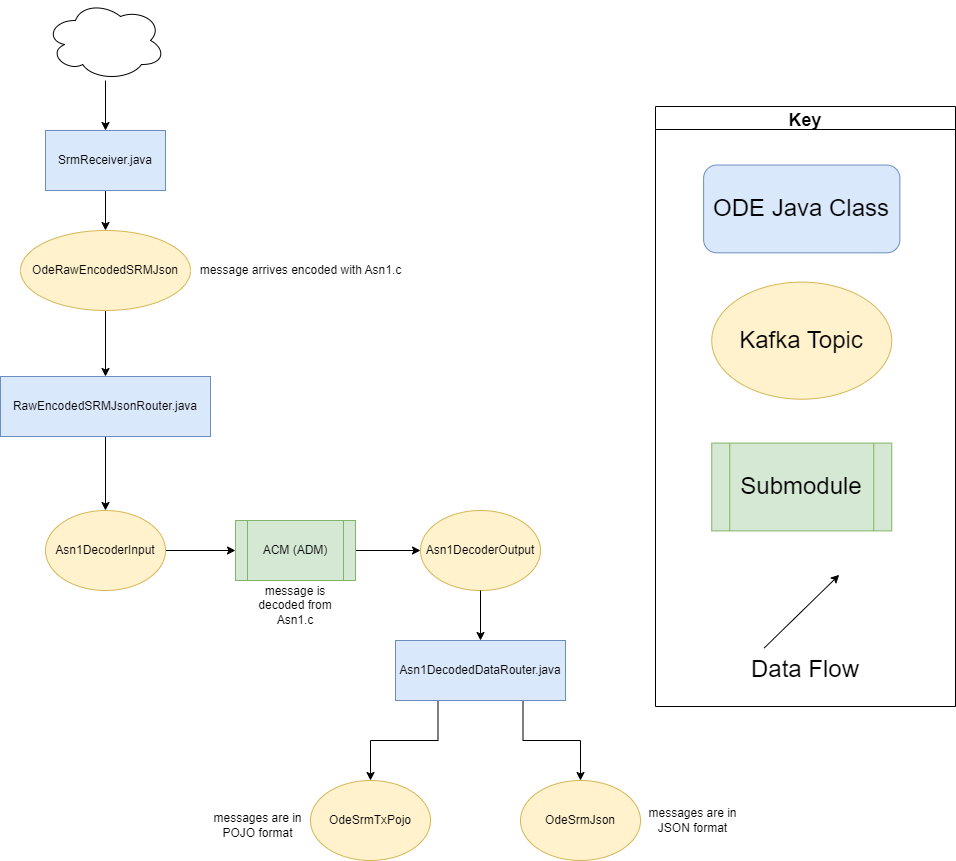
Earlier version of the draw.io export docs/data-flow-diagrams/srm/SRM Data Flow.drawio.png (CDOT-CV/jpo-ode). Source tidied: cells renumbered, new cells last; positions are measured from the earlier drawing's top-left corner, leaving out a move shared by most shapes. Its diagram source:
```xml
<mxGraphModel>
  <root>
    <mxCell id="0" />
    <mxCell id="1" parent="0" />
    <mxCell id="2" style="edgeStyle=orthogonalEdgeStyle;rounded=0;jettySize=auto;html=1;exitX=0.25;exitY=1;exitDx=0;exitDy=0;" parent="1" edge="1" source="4" target="26">
      <mxGeometry relative="1" as="geometry" />
    </mxCell>
    <mxCell id="3" style="edgeStyle=orthogonalEdgeStyle;rounded=0;jettySize=auto;html=1;exitX=0.75;exitY=1;exitDx=0;exitDy=0;" parent="1" edge="1" source="4" target="27">
      <mxGeometry relative="1" as="geometry" />
    </mxCell>
    <mxCell id="4" value="Asn1DecodedDataRouter.java" style="rounded=0;whiteSpace=wrap;html=1;fillColor=#dae8fc;strokeColor=#6c8ebf;" parent="1" vertex="1">
      <mxGeometry x="395" y="640" width="170" height="60" as="geometry" />
    </mxCell>
    <mxCell id="5" style="edgeStyle=orthogonalEdgeStyle;rounded=0;jettySize=auto;html=1;entryX=0;entryY=0.5;entryDx=0;entryDy=0;" parent="1" edge="1" source="6" target="10">
      <mxGeometry relative="1" as="geometry" />
    </mxCell>
    <mxCell id="6" value="ACM (ADM)" style="shape=process;whiteSpace=wrap;html=1;backgroundOutline=1;fillColor=#d5e8d4;strokeColor=#82b366;" parent="1" vertex="1">
      <mxGeometry x="235" y="520" width="120" height="60" as="geometry" />
    </mxCell>
    <mxCell id="7" style="edgeStyle=orthogonalEdgeStyle;rounded=0;jettySize=auto;html=1;exitX=0.5;exitY=1;exitDx=0;exitDy=0;" parent="1" edge="1" source="13" target="15">
      <mxGeometry relative="1" as="geometry" />
    </mxCell>
    <mxCell id="8" style="edgeStyle=orthogonalEdgeStyle;rounded=0;jettySize=auto;html=1;entryX=0;entryY=0.5;entryDx=0;entryDy=0;" parent="1" edge="1" source="9" target="6">
      <mxGeometry relative="1" as="geometry" />
    </mxCell>
    <mxCell id="9" value="Asn1DecoderInput" style="ellipse;whiteSpace=wrap;html=1;fillColor=#fff2cc;strokeColor=#d6b656;" parent="1" vertex="1">
      <mxGeometry x="45" y="510" width="120" height="80" as="geometry" />
    </mxCell>
    <mxCell id="10" value="Asn1DecoderOutput" style="ellipse;whiteSpace=wrap;html=1;fillColor=#fff2cc;strokeColor=#d6b656;" parent="1" vertex="1">
      <mxGeometry x="420" y="510" width="120" height="80" as="geometry" />
    </mxCell>
    <mxCell id="11" style="edgeStyle=orthogonalEdgeStyle;rounded=0;jettySize=auto;html=1;entryX=0.5;entryY=0;entryDx=0;entryDy=0;" parent="1" edge="1" source="12" target="13">
      <mxGeometry relative="1" as="geometry" />
    </mxCell>
    <mxCell id="12" value="SrmReceiver.java" style="rounded=0;whiteSpace=wrap;html=1;fillColor=#dae8fc;strokeColor=#6c8ebf;" parent="1" vertex="1">
      <mxGeometry x="45" y="130" width="120" height="60" as="geometry" />
    </mxCell>
    <mxCell id="13" value="OdeRawEncodedSRMJson" style="ellipse;whiteSpace=wrap;html=1;fillColor=#fff2cc;strokeColor=#d6b656;" parent="1" vertex="1">
      <mxGeometry x="20" y="230" width="170" height="80" as="geometry" />
    </mxCell>
    <mxCell id="14" style="edgeStyle=orthogonalEdgeStyle;rounded=0;jettySize=auto;html=1;entryX=0.5;entryY=0;entryDx=0;entryDy=0;" parent="1" edge="1" source="15" target="9">
      <mxGeometry relative="1" as="geometry" />
    </mxCell>
    <mxCell id="15" value="RawEncodedSRMJsonRouter.java" style="rounded=0;whiteSpace=wrap;html=1;fillColor=#dae8fc;strokeColor=#6c8ebf;" parent="1" vertex="1">
      <mxGeometry y="376" width="210" height="60" as="geometry" />
    </mxCell>
    <mxCell id="16" style="edgeStyle=orthogonalEdgeStyle;rounded=0;jettySize=auto;html=1;entryX=0.5;entryY=0;entryDx=0;entryDy=0;exitX=0.5;exitY=1;exitDx=0;exitDy=0;" parent="1" edge="1" source="10" target="4">
      <mxGeometry relative="1" as="geometry" />
    </mxCell>
    <mxCell id="17" style="edgeStyle=orthogonalEdgeStyle;rounded=0;jettySize=auto;html=1;" parent="1" edge="1" source="18" target="12">
      <mxGeometry relative="1" as="geometry" />
    </mxCell>
    <mxCell id="18" style="ellipse;shape=cloud;whiteSpace=wrap;html=1;" parent="1" vertex="1">
      <mxGeometry x="45" width="120" height="80" as="geometry" />
    </mxCell>
    <mxCell id="19" style="group;" parent="1" vertex="1">
      <mxGeometry x="655" y="106" width="300" height="600" as="geometry" />
    </mxCell>
    <mxCell id="20" value="&lt;font style=&quot;font-size: 24px&quot;&gt;Submodule&lt;/font&gt;" style="shape=process;whiteSpace=wrap;html=1;backgroundOutline=1;fillColor=#d5e8d4;strokeColor=#82b366;labelBackgroundColor=none;" parent="19" vertex="1">
      <mxGeometry x="56.2" y="336.6" width="180" height="87.8" as="geometry" />
    </mxCell>
    <mxCell id="21" value="Key" style="swimlane;labelBackgroundColor=none;fontSize=18;" parent="19" vertex="1">
      <mxGeometry width="300" height="600" as="geometry" />
    </mxCell>
    <mxCell id="22" value="&lt;font style=&quot;font-size: 24px&quot;&gt;Data Flow&lt;/font&gt;" style="text;html=1;strokeColor=none;fillColor=none;align=center;verticalAlign=middle;whiteSpace=wrap;rounded=0;labelBackgroundColor=none;" parent="21" vertex="1">
      <mxGeometry x="90" y="541.5" width="120" height="43.9" as="geometry" />
    </mxCell>
    <mxCell id="23" style="endArrow=classic;html=1;rounded=0;labelBackgroundColor=none;" parent="21" edge="1">
      <mxGeometry relative="1" as="geometry">
        <mxPoint x="108.8" y="541.5" as="sourcePoint" />
        <mxPoint x="183.7" y="468.3" as="targetPoint" />
      </mxGeometry>
    </mxCell>
    <mxCell id="24" value="&lt;font style=&quot;font-size: 24px&quot;&gt;Kafka Topic&lt;/font&gt;" style="ellipse;whiteSpace=wrap;html=1;fillColor=#fff2cc;strokeColor=#d6b656;labelBackgroundColor=none;" parent="21" vertex="1">
      <mxGeometry x="56.2" y="175.6" width="180" height="117.1" as="geometry" />
    </mxCell>
    <mxCell id="25" value="&lt;font style=&quot;font-size: 24px&quot;&gt;ODE Java Class&lt;/font&gt;" style="rounded=1;whiteSpace=wrap;html=1;fillColor=#dae8fc;strokeColor=#6c8ebf;labelBackgroundColor=none;" parent="21" vertex="1">
      <mxGeometry x="48.1" y="58.5" width="196.2" height="87.8" as="geometry" />
    </mxCell>
    <mxCell id="26" value="OdeSrmTxPojo" style="ellipse;whiteSpace=wrap;html=1;fillColor=#fff2cc;strokeColor=#d6b656;" parent="1" vertex="1">
      <mxGeometry x="310" y="780" width="120" height="80" as="geometry" />
    </mxCell>
    <mxCell id="27" value="OdeSrmJson" style="ellipse;whiteSpace=wrap;html=1;fillColor=#fff2cc;strokeColor=#d6b656;" parent="1" vertex="1">
      <mxGeometry x="520" y="780" width="120" height="80" as="geometry" />
    </mxCell>
    <mxCell id="28" value="message arrives encoded with Asn1.c" style="text;html=1;align=center;verticalAlign=middle;strokeColor=none;fillColor=none;" parent="1" vertex="1">
      <mxGeometry x="190" y="260" width="220" height="20" as="geometry" />
    </mxCell>
    <mxCell id="29" value="message is decoded from Asn1.c" style="text;html=1;strokeColor=none;fillColor=none;align=center;verticalAlign=middle;whiteSpace=wrap;rounded=0;" parent="1" vertex="1">
      <mxGeometry x="240" y="580" width="110" height="50" as="geometry" />
    </mxCell>
    <mxCell id="30" value="messages are in POJO format" style="text;html=1;strokeColor=none;fillColor=none;align=center;verticalAlign=middle;whiteSpace=wrap;rounded=0;" parent="1" vertex="1">
      <mxGeometry x="205" y="800" width="105" height="50" as="geometry" />
    </mxCell>
    <mxCell id="31" value="messages are in JSON format" style="text;html=1;strokeColor=none;fillColor=none;align=center;verticalAlign=middle;whiteSpace=wrap;rounded=0;" parent="1" vertex="1">
      <mxGeometry x="640" y="795" width="105" height="50" as="geometry" />
    </mxCell>
  </root>
</mxGraphModel>
```
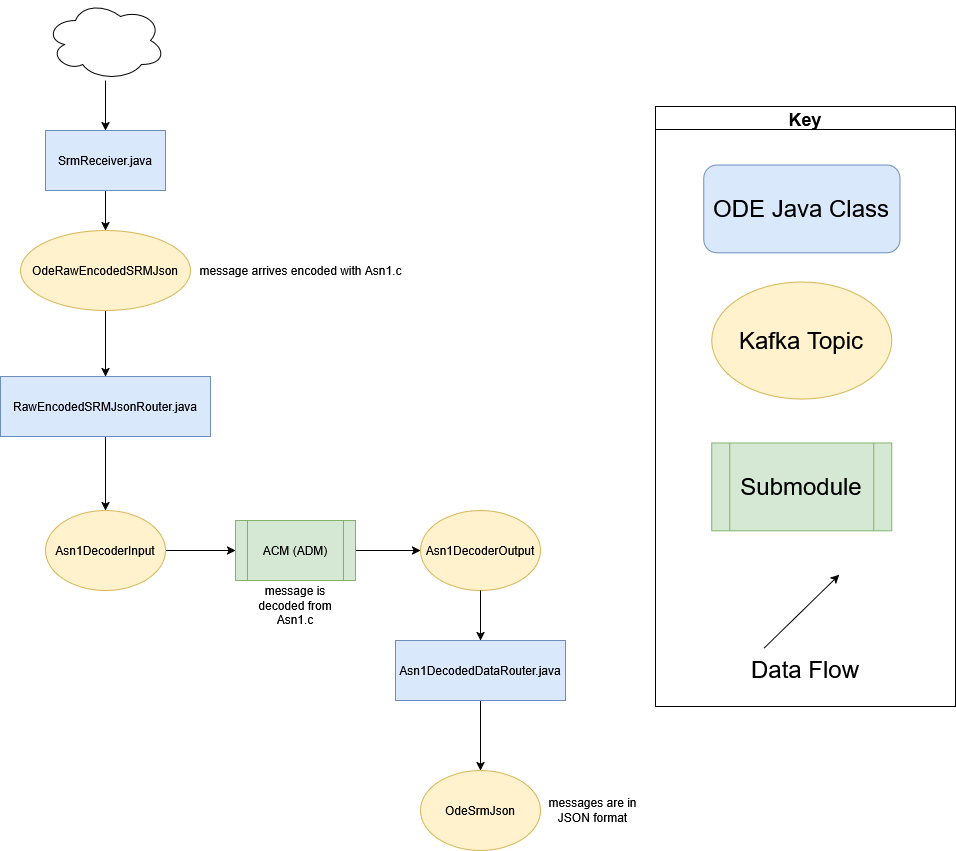
After the commit.

Diff of the diagram source:
```diff
@@ -2,10 +2,7 @@
   <root>
     <mxCell id="0" />
     <mxCell id="1" parent="0" />
-    <mxCell id="2" style="edgeStyle=orthogonalEdgeStyle;rounded=0;jettySize=auto;html=1;exitX=0.25;exitY=1;exitDx=0;exitDy=0;" parent="1" edge="1" source="4" target="26">
-      <mxGeometry relative="1" as="geometry" />
-    </mxCell>
-    <mxCell id="3" style="edgeStyle=orthogonalEdgeStyle;rounded=0;jettySize=auto;html=1;exitX=0.75;exitY=1;exitDx=0;exitDy=0;" parent="1" edge="1" source="4" target="27">
+    <mxCell id="3" style="edgeStyle=orthogonalEdgeStyle;rounded=0;jettySize=auto;html=1;exitX=0.5;exitY=1;exitDx=0;exitDy=0;" parent="1" edge="1" source="4" target="27">
       <mxGeometry relative="1" as="geometry" />
     </mxCell>
     <mxCell id="4" value="Asn1DecodedDataRouter.java" style="rounded=0;whiteSpace=wrap;html=1;fillColor=#dae8fc;strokeColor=#6c8ebf;" parent="1" vertex="1">
@@ -77,11 +74,8 @@
     <mxCell id="25" value="&lt;font style=&quot;font-size: 24px&quot;&gt;ODE Java Class&lt;/font&gt;" style="rounded=1;whiteSpace=wrap;html=1;fillColor=#dae8fc;strokeColor=#6c8ebf;labelBackgroundColor=none;" parent="21" vertex="1">
       <mxGeometry x="48.1" y="58.5" width="196.2" height="87.8" as="geometry" />
     </mxCell>
-    <mxCell id="26" value="OdeSrmTxPojo" style="ellipse;whiteSpace=wrap;html=1;fillColor=#fff2cc;strokeColor=#d6b656;" parent="1" vertex="1">
-      <mxGeometry x="310" y="780" width="120" height="80" as="geometry" />
-    </mxCell>
     <mxCell id="27" value="OdeSrmJson" style="ellipse;whiteSpace=wrap;html=1;fillColor=#fff2cc;strokeColor=#d6b656;" parent="1" vertex="1">
-      <mxGeometry x="520" y="780" width="120" height="80" as="geometry" />
+      <mxGeometry x="420" y="770" width="120" height="80" as="geometry" />
     </mxCell>
     <mxCell id="28" value="message arrives encoded with Asn1.c" style="text;html=1;align=center;verticalAlign=middle;strokeColor=none;fillColor=none;" parent="1" vertex="1">
       <mxGeometry x="190" y="260" width="220" height="20" as="geometry" />
@@ -89,11 +83,8 @@
     <mxCell id="29" value="message is decoded from Asn1.c" style="text;html=1;strokeColor=none;fillColor=none;align=center;verticalAlign=middle;whiteSpace=wrap;rounded=0;" parent="1" vertex="1">
       <mxGeometry x="240" y="580" width="110" height="50" as="geometry" />
     </mxCell>
-    <mxCell id="30" value="messages are in POJO format" style="text;html=1;strokeColor=none;fillColor=none;align=center;verticalAlign=middle;whiteSpace=wrap;rounded=0;" parent="1" vertex="1">
-      <mxGeometry x="205" y="800" width="105" height="50" as="geometry" />
-    </mxCell>
     <mxCell id="31" value="messages are in JSON format" style="text;html=1;strokeColor=none;fillColor=none;align=center;verticalAlign=middle;whiteSpace=wrap;rounded=0;" parent="1" vertex="1">
-      <mxGeometry x="640" y="795" width="105" height="50" as="geometry" />
+      <mxGeometry x="540" y="785" width="105" height="50" as="geometry" />
     </mxCell>
   </root>
 </mxGraphModel>
```
